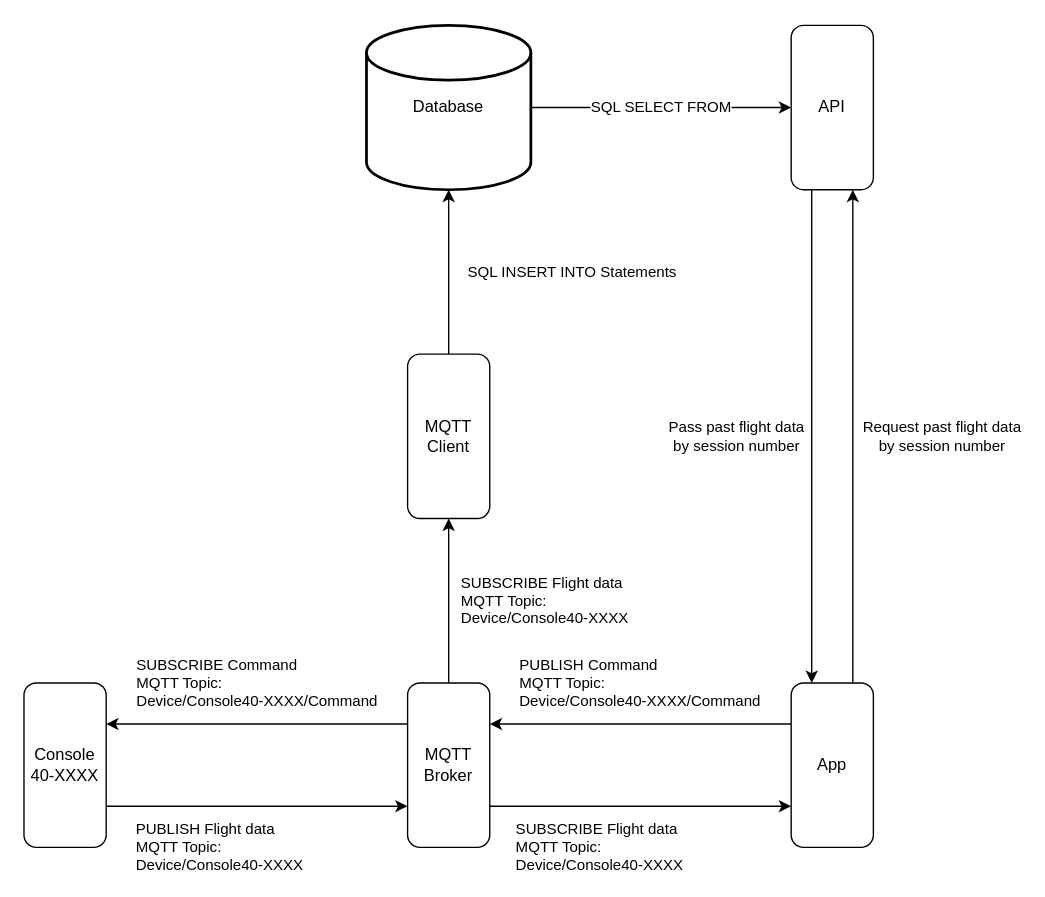
The draw.io diagram Flowchart.drawio in wing199901/Ground-Station, before the edit. Source tidied: cells renumbered, new cells numbered last; positions are measured from the earlier drawing's top-left corner, leaving out a move shared by most shapes. Both pictures are drawn from the tidied source at 137%, with x=0, y=0 at pixel (23, 25).
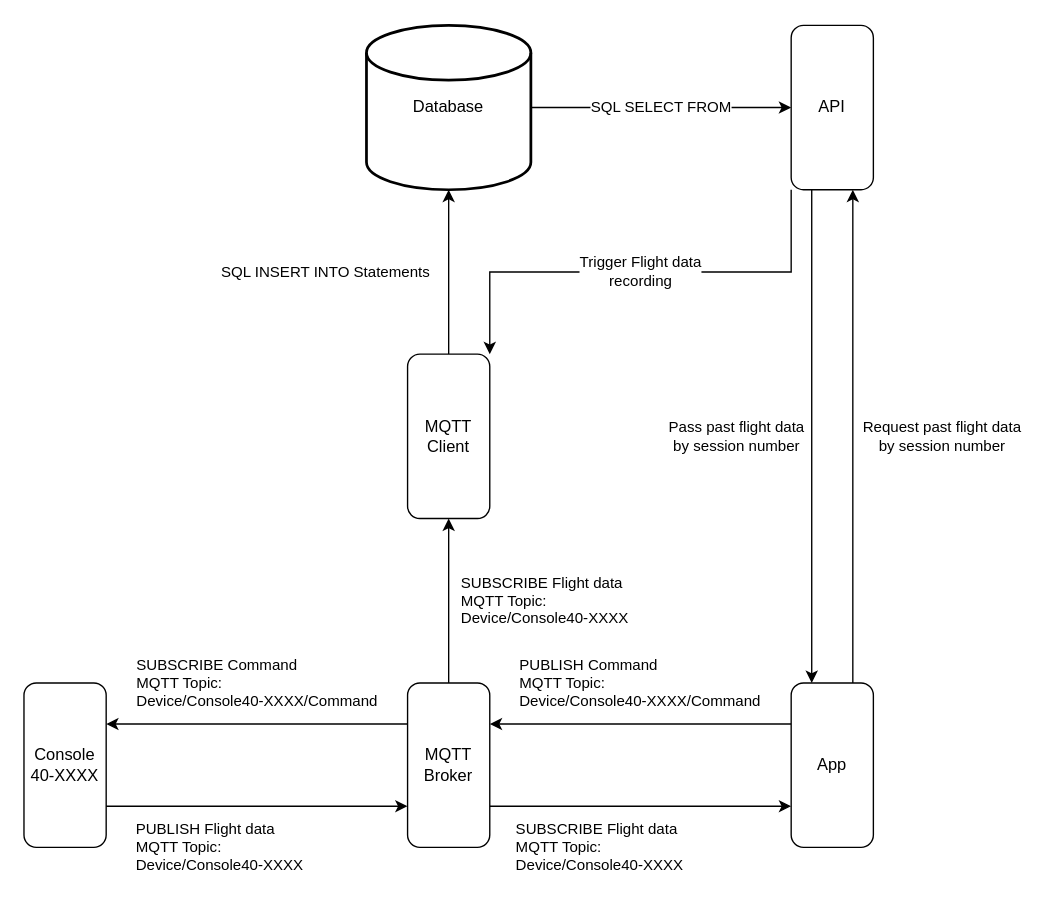
Above is the later version.

Change to the diagram source:
```diff
@@
 <mxGraphModel>
   <root>
     <mxCell id="0" />
     <mxCell id="1" parent="0" />
     <mxCell id="2" value="PUBLISH Flight data&lt;br&gt;MQTT Topic:&lt;br&gt;&lt;div&gt;Device/Console40-XXXX&lt;/div&gt;" style="edgeStyle=orthogonalEdgeStyle;rounded=0;jettySize=auto;html=1;exitX=0.25;exitY=1;exitDx=0;exitDy=0;entryX=0.25;entryY=0;entryDx=0;entryDy=0;align=left;" parent="1" edge="1" source="7" target="3">
       <mxGeometry x="0.82" y="90" relative="1" as="geometry" />
     </mxCell>
     <mxCell id="3" value="Console 40-XXXX" style="rounded=1;whiteSpace=wrap;html=1;direction=south;" parent="1" vertex="1">
       <mxGeometry y="480" width="60" height="120" as="geometry" />
     </mxCell>
     <mxCell id="4" value="&lt;div style=&quot;text-align: left&quot;&gt;SUBSCRIBE Command&lt;/div&gt;&lt;div style=&quot;text-align: left&quot;&gt;MQTT Topic:&lt;/div&gt;&lt;div style=&quot;text-align: left&quot;&gt;Device/Console40-XXXX/Command&lt;/div&gt;" style="edgeStyle=orthogonalEdgeStyle;rounded=0;jettySize=auto;html=1;exitX=0.75;exitY=0;exitDx=0;exitDy=0;entryX=0.75;entryY=1;entryDx=0;entryDy=0;" parent="1" edge="1" source="3" target="7">
       <mxGeometry y="90" relative="1" as="geometry" />
     </mxCell>
     <mxCell id="5" value="&lt;div style=&quot;text-align: left&quot;&gt;SUBSCRIBE Flight data&lt;/div&gt;&lt;div style=&quot;text-align: left&quot;&gt;MQTT Topic:&lt;/div&gt;&lt;div style=&quot;text-align: left&quot;&gt;Device/Console40-XXXX&lt;/div&gt;" style="edgeStyle=orthogonalEdgeStyle;rounded=0;jettySize=auto;html=1;exitX=0.75;exitY=0;exitDx=0;exitDy=0;entryX=0.75;entryY=1;entryDx=0;entryDy=0;" parent="1" edge="1" source="7" target="10">
       <mxGeometry x="-0.27" y="-30" relative="1" as="geometry" />
     </mxCell>
     <mxCell id="6" value="&lt;div style=&quot;text-align: left&quot;&gt;SUBSCRIBE Flight data&lt;/div&gt;&lt;div style=&quot;text-align: left&quot;&gt;MQTT Topic:&lt;/div&gt;&lt;div style=&quot;text-align: left&quot;&gt;Device/Console40-XXXX&lt;/div&gt;" style="edgeStyle=orthogonalEdgeStyle;rounded=0;jettySize=auto;html=1;exitX=0;exitY=0.5;exitDx=0;exitDy=0;entryX=1;entryY=0.5;entryDx=0;entryDy=0;" parent="1" edge="1" source="7" target="14">
       <mxGeometry y="-70" relative="1" as="geometry" />
     </mxCell>
     <mxCell id="7" value="MQTT Broker" style="rounded=1;whiteSpace=wrap;html=1;direction=south;" parent="1" vertex="1">
       <mxGeometry x="280" y="480" width="60" height="120" as="geometry" />
     </mxCell>
     <mxCell id="8" value="PUBLISH Command&lt;br&gt;MQTT Topic:&lt;br&gt;Device/Console40-XXXX/Command" style="edgeStyle=orthogonalEdgeStyle;rounded=0;jettySize=auto;html=1;exitX=0.25;exitY=1;exitDx=0;exitDy=0;entryX=0.25;entryY=0;entryDx=0;entryDy=0;align=left;" parent="1" edge="1" source="10" target="7">
       <mxGeometry x="0.82" y="-30" relative="1" as="geometry" />
     </mxCell>
     <mxCell id="9" value="Request past flight data&lt;br&gt;by session number" style="edgeStyle=orthogonalEdgeStyle;rounded=0;jettySize=auto;html=1;exitX=0;exitY=0.25;exitDx=0;exitDy=0;entryX=1;entryY=0.25;entryDx=0;entryDy=0;" parent="1" edge="1" source="10" target="16">
       <mxGeometry y="-65" relative="1" as="geometry" />
     </mxCell>
     <mxCell id="10" value="App" style="rounded=1;whiteSpace=wrap;html=1;direction=south;" parent="1" vertex="1">
       <mxGeometry x="560" y="480" width="60" height="120" as="geometry" />
     </mxCell>
     <mxCell id="11" value="SQL SELECT FROM" style="edgeStyle=orthogonalEdgeStyle;rounded=0;jettySize=auto;html=1;exitX=1;exitY=0.5;exitDx=0;exitDy=0;exitPerimeter=0;entryX=0.5;entryY=1;entryDx=0;entryDy=0;" parent="1" edge="1" source="12" target="16">
       <mxGeometry relative="1" as="geometry" />
     </mxCell>
     <mxCell id="12" value="Database" style="strokeWidth=2;html=1;shape=mxgraph.flowchart.database;whiteSpace=wrap;" parent="1" vertex="1">
       <mxGeometry x="250" width="120" height="120" as="geometry" />
     </mxCell>
     <mxCell id="13" value="SQL INSERT INTO Statements" style="edgeStyle=orthogonalEdgeStyle;rounded=0;jettySize=auto;html=1;exitX=0;exitY=0.5;exitDx=0;exitDy=0;entryX=0.5;entryY=1;entryDx=0;entryDy=0;entryPerimeter=0;" parent="1" edge="1" source="14" target="12">
-      <mxGeometry y="-90" relative="1" as="geometry" />
+      <mxGeometry y="90" relative="1" as="geometry" />
     </mxCell>
     <mxCell id="14" value="MQTT Client" style="rounded=1;whiteSpace=wrap;html=1;direction=south;" parent="1" vertex="1">
       <mxGeometry x="280" y="240" width="60" height="120" as="geometry" />
     </mxCell>
     <mxCell id="15" value="Pass past flight data&lt;br&gt;by session number" style="edgeStyle=orthogonalEdgeStyle;rounded=0;jettySize=auto;html=1;exitX=1;exitY=0.75;exitDx=0;exitDy=0;entryX=0;entryY=0.75;entryDx=0;entryDy=0;" parent="1" edge="1" source="16" target="10">
       <mxGeometry y="-55" relative="1" as="geometry" />
     </mxCell>
+    <mxCell id="17" value="Trigger Flight data&lt;br&gt;recording" style="edgeStyle=orthogonalEdgeStyle;rounded=0;jettySize=auto;html=1;exitX=1;exitY=1;exitDx=0;exitDy=0;entryX=0;entryY=0;entryDx=0;entryDy=0;" parent="1" edge="1" source="16" target="14">
+      <mxGeometry relative="1" as="geometry" />
+    </mxCell>
     <mxCell id="16" value="API" style="rounded=1;whiteSpace=wrap;html=1;direction=south;" parent="1" vertex="1">
       <mxGeometry x="560" width="60" height="120" as="geometry" />
     </mxCell>
   </root>
 </mxGraphModel>
```
